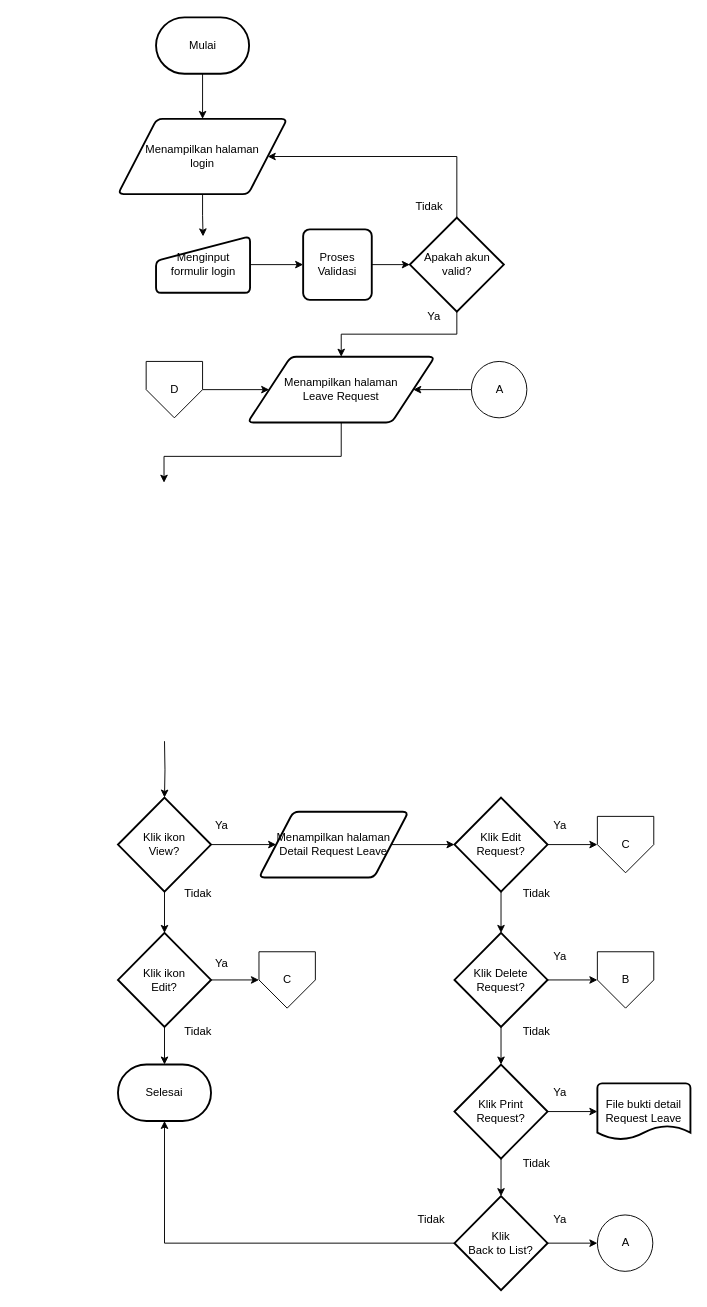
This is page "Finance" (2 of 2) of Flowchart Yaztech Apps.drawio from dapzz-id/DrawIO, a draw.io file, before an edit. Source tidied: cells renumbered, new cells numbered last; positions are measured from the earlier drawing's top-left corner, leaving out a move shared by most shapes. Both pictures are drawn from the tidied source at 94%, with x=0, y=0 at pixel (118, 17).
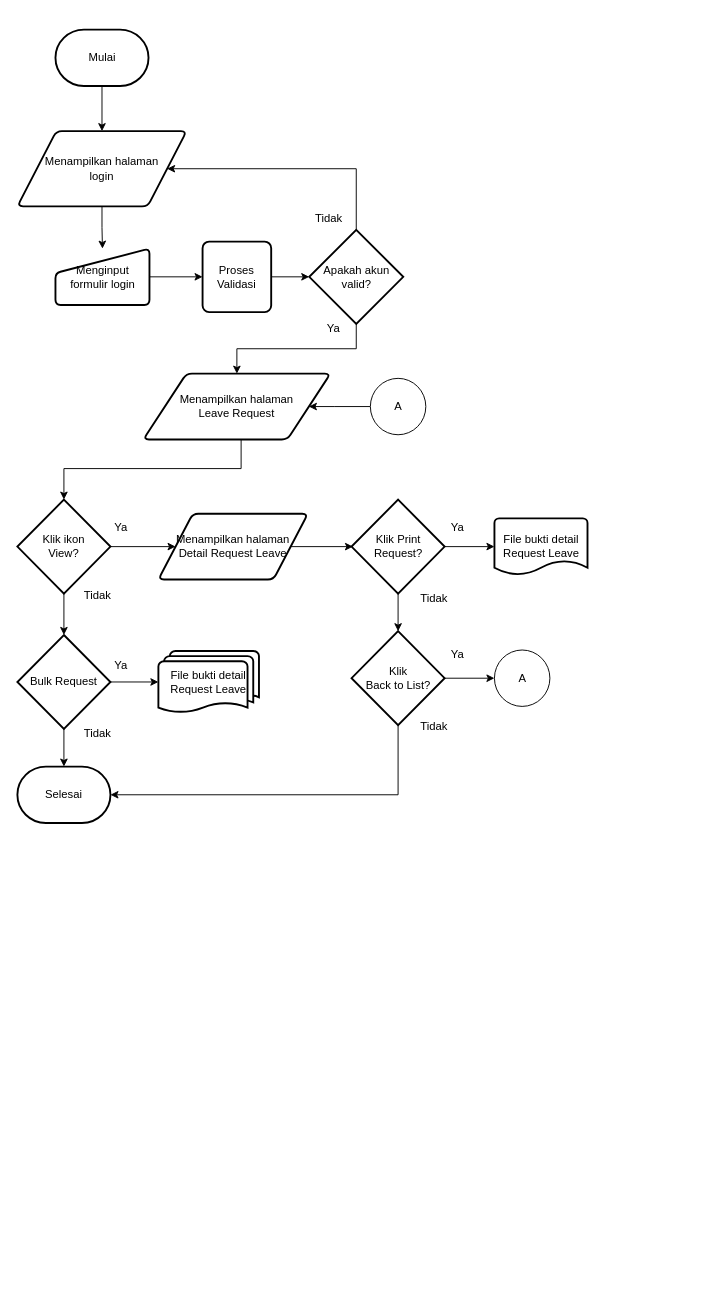
Above is the later version.

The edit, as a diff of the source:
```diff
@@
     <mxCell id="3" value="Mulai" style="strokeWidth=2;html=1;shape=mxgraph.flowchart.terminator;whiteSpace=wrap;" parent="1" vertex="1">
-      <mxGeometry x="40.5" width="99" height="60" as="geometry" />
+      <mxGeometry x="-66.5" y="13" width="99" height="60" as="geometry" />
     </mxCell>
-    <mxCell id="4" style="edgeStyle=orthogonalEdgeStyle;rounded=0;jettySize=auto;html=1;" parent="1" edge="1" source="5">
+    <mxCell id="4" style="edgeStyle=orthogonalEdgeStyle;rounded=0;jettySize=auto;html=1;entryX=0.5;entryY=0;entryDx=0;entryDy=0;entryPerimeter=0;" parent="1" edge="1" source="5" target="11">
       <mxGeometry relative="1" as="geometry">
-        <mxPoint x="49" y="495" as="targetPoint" />
         <Array as="points">
-          <mxPoint x="237" y="467" />
-          <mxPoint x="49" y="467" />
+          <mxPoint x="131" y="480" />
+          <mxPoint x="-57" y="480" />
         </Array>
       </mxGeometry>
     </mxCell>
     <mxCell id="5" value="Menampilkan halaman&lt;div&gt;Leave Request&lt;/div&gt;" style="shape=parallelogram;html=1;strokeWidth=2;perimeter=parallelogramPerimeter;whiteSpace=wrap;rounded=1;arcSize=12;size=0.23;" parent="1" vertex="1">
-      <mxGeometry x="138" y="361" width="199" height="70" as="geometry" />
+      <mxGeometry x="27" y="379" width="199" height="70" as="geometry" />
     </mxCell>
     <mxCell id="6" style="edgeStyle=orthogonalEdgeStyle;rounded=0;jettySize=auto;html=1;entryX=1;entryY=0.5;entryDx=0;entryDy=0;" parent="1" edge="1" source="7" target="5">
       <mxGeometry relative="1" as="geometry">
         <Array as="points">
-          <mxPoint x="362" y="396" />
-          <mxPoint x="362" y="396" />
+          <mxPoint x="230" y="414" />
+          <mxPoint x="230" y="414" />
         </Array>
       </mxGeometry>
     </mxCell>
     <mxCell id="7" value="A" style="verticalLabelPosition=middle;verticalAlign=middle;html=1;shape=mxgraph.flowchart.on-page_reference;labelPosition=center;align=center;" parent="1" vertex="1">
-      <mxGeometry x="376" y="366" width="59" height="60" as="geometry" />
+      <mxGeometry x="268.5" y="384" width="59" height="60" as="geometry" />
     </mxCell>
-    <mxCell id="8" style="edgeStyle=orthogonalEdgeStyle;rounded=0;jettySize=auto;html=1;" parent="1" edge="1" target="11">
-      <mxGeometry relative="1" as="geometry">
-        <mxPoint x="49.5" y="770" as="sourcePoint" />
-      </mxGeometry>
-    </mxCell>
@@
     <mxCell id="11" value="Klik ikon&lt;div&gt;View?&lt;/div&gt;" style="strokeWidth=2;html=1;shape=mxgraph.flowchart.decision;whiteSpace=wrap;" parent="1" vertex="1">
-      <mxGeometry y="830" width="99" height="100" as="geometry" />
+      <mxGeometry x="-107" y="513" width="99" height="100" as="geometry" />
     </mxCell>
-    <mxCell id="12" style="edgeStyle=orthogonalEdgeStyle;rounded=0;jettySize=auto;html=1;" parent="1" edge="1" source="13" target="16">
+    <mxCell id="12" style="edgeStyle=orthogonalEdgeStyle;rounded=0;jettySize=auto;html=1;entryX=0.015;entryY=0.5;entryDx=0;entryDy=0;entryPerimeter=0;" parent="1" edge="1" source="13" target="22">
       <mxGeometry relative="1" as="geometry" />
     </mxCell>
     <mxCell id="13" value="Menampilkan halaman&lt;div&gt;Detail Request Leave&lt;/div&gt;" style="shape=parallelogram;html=1;strokeWidth=2;perimeter=parallelogramPerimeter;whiteSpace=wrap;rounded=1;arcSize=12;size=0.23;" parent="1" vertex="1">
-      <mxGeometry x="150" y="845" width="159" height="70" as="geometry" />
+      <mxGeometry x="43" y="528" width="159" height="70" as="geometry" />
     </mxCell>
-    <mxCell id="14" style="edgeStyle=orthogonalEdgeStyle;rounded=0;jettySize=auto;html=1;" parent="1" edge="1" source="16" target="19">
-      <mxGeometry relative="1" as="geometry" />
-    </mxCell>
-    <mxCell id="15" style="edgeStyle=orthogonalEdgeStyle;rounded=0;jettySize=auto;html=1;" parent="1" edge="1" source="16" target="46">
-      <mxGeometry relative="1" as="geometry" />
-    </mxCell>
-    <mxCell id="16" value="Klik Edit Request?" style="strokeWidth=2;html=1;shape=mxgraph.flowchart.decision;whiteSpace=wrap;" parent="1" vertex="1">
-      <mxGeometry x="358" y="830" width="99" height="100" as="geometry" />
-    </mxCell>
-    <mxCell id="17" style="edgeStyle=orthogonalEdgeStyle;rounded=0;jettySize=auto;html=1;" parent="1" edge="1" source="19" target="22">
-      <mxGeometry relative="1" as="geometry" />
-    </mxCell>
-    <mxCell id="18" style="edgeStyle=orthogonalEdgeStyle;rounded=0;jettySize=auto;html=1;" parent="1" edge="1" source="19" target="44">
-      <mxGeometry relative="1" as="geometry" />
-    </mxCell>
-    <mxCell id="19" value="Klik Delete Request?" style="strokeWidth=2;html=1;shape=mxgraph.flowchart.decision;whiteSpace=wrap;" parent="1" vertex="1">
-      <mxGeometry x="358" y="974" width="99" height="100" as="geometry" />
-    </mxCell>
@@
     <mxCell id="22" value="Klik Print Request?" style="strokeWidth=2;html=1;shape=mxgraph.flowchart.decision;whiteSpace=wrap;" parent="1" vertex="1">
-      <mxGeometry x="358" y="1114" width="99" height="100" as="geometry" />
+      <mxGeometry x="248.5" y="513" width="99" height="100" as="geometry" />
     </mxCell>
@@
     <mxCell id="24" value="Klik&lt;div&gt;Back to List?&lt;/div&gt;" style="strokeWidth=2;html=1;shape=mxgraph.flowchart.decision;whiteSpace=wrap;" parent="1" vertex="1">
-      <mxGeometry x="358" y="1254" width="99" height="100" as="geometry" />
+      <mxGeometry x="248.5" y="653" width="99" height="100" as="geometry" />
     </mxCell>
@@
-    <mxCell id="26" style="edgeStyle=orthogonalEdgeStyle;rounded=0;jettySize=auto;html=1;" parent="1" edge="1" source="27" target="45">
+    <mxCell id="26" style="edgeStyle=orthogonalEdgeStyle;rounded=0;jettySize=auto;html=1;entryX=0;entryY=0.5;entryDx=0;entryDy=0;entryPerimeter=0;" parent="1" edge="1" source="27" target="60">
       <mxGeometry relative="1" as="geometry" />
     </mxCell>
-    <mxCell id="27" value="Klik ikon&lt;div&gt;Edit?&lt;/div&gt;" style="strokeWidth=2;html=1;shape=mxgraph.flowchart.decision;whiteSpace=wrap;" parent="1" vertex="1">
-      <mxGeometry y="974" width="99" height="100" as="geometry" />
+    <mxCell id="27" value="Bulk Request" style="strokeWidth=2;html=1;shape=mxgraph.flowchart.decision;whiteSpace=wrap;" parent="1" vertex="1">
+      <mxGeometry x="-107" y="657" width="99" height="100" as="geometry" />
     </mxCell>
     <mxCell id="28" value="Ya" style="text;html=1;align=center;verticalAlign=middle;strokeColor=none;fillColor=none;" parent="1" vertex="1">
-      <mxGeometry x="90" y="845" width="40" height="30" as="geometry" />
+      <mxGeometry x="-17" y="528" width="40" height="30" as="geometry" />
     </mxCell>
     <mxCell id="29" value="Tidak" style="text;html=1;align=center;verticalAlign=middle;strokeColor=none;fillColor=none;" parent="1" vertex="1">
-      <mxGeometry x="60" y="917" width="50" height="30" as="geometry" />
+      <mxGeometry x="-47" y="600" width="50" height="30" as="geometry" />
     </mxCell>
     <mxCell id="30" value="Ya" style="text;html=1;align=center;verticalAlign=middle;strokeColor=none;fillColor=none;" parent="1" vertex="1">
-      <mxGeometry x="90" y="992" width="40" height="30" as="geometry" />
+      <mxGeometry x="-17" y="675" width="40" height="30" as="geometry" />
     </mxCell>
     <mxCell id="31" value="Selesai" style="strokeWidth=2;html=1;shape=mxgraph.flowchart.terminator;whiteSpace=wrap;" parent="1" vertex="1">
-      <mxGeometry y="1114" width="99" height="60" as="geometry" />
+      <mxGeometry x="-107" y="797" width="99" height="60" as="geometry" />
     </mxCell>
     <mxCell id="32" value="A" style="verticalLabelPosition=middle;verticalAlign=middle;html=1;shape=mxgraph.flowchart.on-page_reference;labelPosition=center;align=center;" parent="1" vertex="1">
-      <mxGeometry x="510" y="1274" width="59" height="60" as="geometry" />
+      <mxGeometry x="400.5" y="673" width="59" height="60" as="geometry" />
     </mxCell>
     <mxCell id="33" value="Tidak" style="text;html=1;align=center;verticalAlign=middle;strokeColor=none;fillColor=none;" parent="1" vertex="1">
-      <mxGeometry x="60" y="1064" width="50" height="30" as="geometry" />
+      <mxGeometry x="-47" y="747" width="50" height="30" as="geometry" />
     </mxCell>
-    <mxCell id="34" value="Ya" style="text;html=1;align=center;verticalAlign=middle;strokeColor=none;fillColor=none;" parent="1" vertex="1">
-      <mxGeometry x="450" y="845" width="40" height="30" as="geometry" />
-    </mxCell>
-    <mxCell id="35" value="Ya" style="text;html=1;align=center;verticalAlign=middle;strokeColor=none;fillColor=none;" parent="1" vertex="1">
-      <mxGeometry x="450" y="984" width="40" height="30" as="geometry" />
-    </mxCell>
     <mxCell id="36" value="Ya" style="text;html=1;align=center;verticalAlign=middle;strokeColor=none;fillColor=none;" parent="1" vertex="1">
-      <mxGeometry x="450" y="1264" width="40" height="30" as="geometry" />
+      <mxGeometry x="340.5" y="663" width="40" height="30" as="geometry" />
     </mxCell>
-    <mxCell id="37" value="Tidak" style="text;html=1;align=center;verticalAlign=middle;strokeColor=none;fillColor=none;" parent="1" vertex="1">
-      <mxGeometry x="420" y="917" width="50" height="30" as="geometry" />
-    </mxCell>
-    <mxCell id="38" value="Tidak" style="text;html=1;align=center;verticalAlign=middle;strokeColor=none;fillColor=none;" parent="1" vertex="1">
-      <mxGeometry x="420" y="1064" width="50" height="30" as="geometry" />
-    </mxCell>
-    <mxCell id="39" style="edgeStyle=orthogonalEdgeStyle;rounded=0;jettySize=auto;html=1;exitX=0;exitY=0.5;exitDx=0;exitDy=0;exitPerimeter=0;entryX=0.5;entryY=1;entryDx=0;entryDy=0;entryPerimeter=0;" parent="1" edge="1" source="24" target="31">
+    <mxCell id="39" style="edgeStyle=orthogonalEdgeStyle;rounded=0;jettySize=auto;html=1;exitX=0.5;exitY=1;exitDx=0;exitDy=0;exitPerimeter=0;entryX=1;entryY=0.5;entryDx=0;entryDy=0;entryPerimeter=0;" parent="1" edge="1" source="24" target="31">
       <mxGeometry relative="1" as="geometry" />
     </mxCell>
-    <mxCell id="40" value="Tidak" style="text;html=1;align=center;verticalAlign=middle;strokeColor=none;fillColor=none;" parent="1" vertex="1">
-      <mxGeometry x="308" y="1264" width="50" height="30" as="geometry" />
-    </mxCell>
     <mxCell id="41" value="File bukti detail Request Leave" style="strokeWidth=2;html=1;shape=mxgraph.flowchart.document2;whiteSpace=wrap;size=0.25;" parent="1" vertex="1">
-      <mxGeometry x="510" y="1134" width="99" height="60" as="geometry" />
+      <mxGeometry x="400.5" y="533" width="99" height="60" as="geometry" />
     </mxCell>
     <mxCell id="42" value="Ya" style="text;html=1;align=center;verticalAlign=middle;strokeColor=none;fillColor=none;" parent="1" vertex="1">
-      <mxGeometry x="450" y="1129" width="40" height="30" as="geometry" />
+      <mxGeometry x="340.5" y="528" width="40" height="30" as="geometry" />
     </mxCell>
     <mxCell id="43" value="Tidak" style="text;html=1;align=center;verticalAlign=middle;strokeColor=none;fillColor=none;" parent="1" vertex="1">
-      <mxGeometry x="420" y="1204" width="50" height="30" as="geometry" />
+      <mxGeometry x="310.5" y="603" width="50" height="30" as="geometry" />
     </mxCell>
-    <mxCell id="44" value="B" style="verticalLabelPosition=middle;verticalAlign=middle;html=1;shape=offPageConnector;rounded=0;size=0.5;labelPosition=center;align=center;" parent="1" vertex="1">
-      <mxGeometry x="510" y="994" width="60" height="60" as="geometry" />
-    </mxCell>
-    <mxCell id="45" value="C" style="verticalLabelPosition=middle;verticalAlign=middle;html=1;shape=offPageConnector;rounded=0;size=0.5;labelPosition=center;align=center;" parent="1" vertex="1">
-      <mxGeometry x="150" y="994" width="60" height="60" as="geometry" />
-    </mxCell>
-    <mxCell id="46" value="C" style="verticalLabelPosition=middle;verticalAlign=middle;html=1;shape=offPageConnector;rounded=0;size=0.5;labelPosition=center;align=center;" parent="1" vertex="1">
-      <mxGeometry x="510" y="850" width="60" height="60" as="geometry" />
-    </mxCell>
-    <mxCell id="47" style="edgeStyle=orthogonalEdgeStyle;rounded=0;jettySize=auto;html=1;" parent="1" edge="1" source="48" target="5">
-      <mxGeometry relative="1" as="geometry" />
-    </mxCell>
-    <mxCell id="48" value="D" style="verticalLabelPosition=middle;verticalAlign=middle;html=1;shape=offPageConnector;rounded=0;size=0.5;labelPosition=center;align=center;" parent="1" vertex="1">
-      <mxGeometry x="30" y="366" width="60" height="60" as="geometry" />
-    </mxCell>
@@
     <mxCell id="50" value="Menampilkan halaman&lt;div&gt;login&lt;/div&gt;" style="shape=parallelogram;html=1;strokeWidth=2;perimeter=parallelogramPerimeter;whiteSpace=wrap;rounded=1;arcSize=12;size=0.23;" parent="1" vertex="1">
-      <mxGeometry y="108" width="180" height="80" as="geometry" />
+      <mxGeometry x="-107" y="121" width="180" height="80" as="geometry" />
     </mxCell>
@@
     <mxCell id="52" value="Menginput formulir login" style="html=1;strokeWidth=2;shape=manualInput;whiteSpace=wrap;rounded=1;size=26;arcSize=11;" parent="1" vertex="1">
-      <mxGeometry x="40.5" y="233" width="100" height="60" as="geometry" />
+      <mxGeometry x="-66.5" y="246" width="100" height="60" as="geometry" />
     </mxCell>
@@
     <mxCell id="54" value="Proses Validasi" style="rounded=1;whiteSpace=wrap;html=1;absoluteArcSize=1;arcSize=14;strokeWidth=2;" parent="1" vertex="1">
-      <mxGeometry x="197" y="225.5" width="73" height="75" as="geometry" />
+      <mxGeometry x="90" y="238.5" width="73" height="75" as="geometry" />
     </mxCell>
     <mxCell id="55" style="edgeStyle=orthogonalEdgeStyle;rounded=0;jettySize=auto;html=1;exitX=0.5;exitY=0;exitDx=0;exitDy=0;exitPerimeter=0;entryX=1;entryY=0.5;entryDx=0;entryDy=0;" parent="1" edge="1" source="57" target="50">
       <mxGeometry relative="1" as="geometry">
         <Array as="points">
-          <mxPoint x="360.5" y="148" />
+          <mxPoint x="253.5" y="161" />
         </Array>
       </mxGeometry>
     </mxCell>
@@
     <mxCell id="57" value="Apakah akun valid?" style="strokeWidth=2;html=1;shape=mxgraph.flowchart.decision;whiteSpace=wrap;" parent="1" vertex="1">
-      <mxGeometry x="310.5" y="213" width="100" height="100" as="geometry" />
+      <mxGeometry x="203.5" y="226" width="100" height="100" as="geometry" />
     </mxCell>
     <mxCell id="58" value="Tidak" style="text;html=1;align=center;verticalAlign=middle;strokeColor=none;fillColor=none;" parent="1" vertex="1">
-      <mxGeometry x="305.5" y="186" width="50" height="30" as="geometry" />
+      <mxGeometry x="198.5" y="199" width="50" height="30" as="geometry" />
     </mxCell>
     <mxCell id="59" value="Ya" style="text;html=1;align=center;verticalAlign=middle;strokeColor=none;fillColor=none;" parent="1" vertex="1">
-      <mxGeometry x="315.5" y="303" width="40" height="30" as="geometry" />
+      <mxGeometry x="208.5" y="316" width="40" height="30" as="geometry" />
     </mxCell>
+    <mxCell id="60" value="File bukti detail Request Leave" style="strokeWidth=2;html=1;shape=mxgraph.flowchart.multi-document;whiteSpace=wrap;" parent="1" vertex="1">
+      <mxGeometry x="43" y="674" width="107" height="66" as="geometry" />
+    </mxCell>
+    <mxCell id="61" value="Tidak" style="text;html=1;align=center;verticalAlign=middle;strokeColor=none;fillColor=none;" parent="1" vertex="1">
+      <mxGeometry x="310.5" y="740" width="50" height="30" as="geometry" />
+    </mxCell>
```
